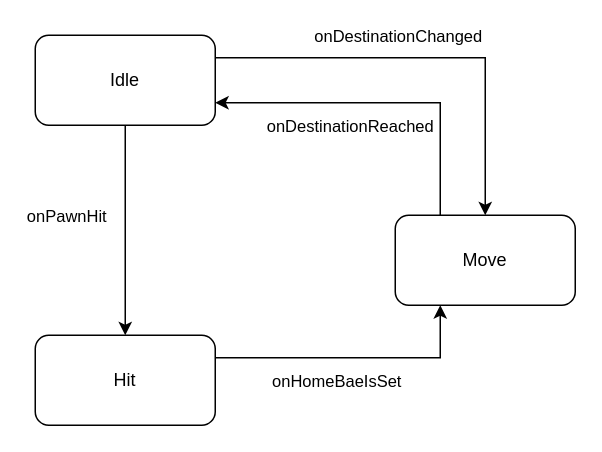
Above: page "PawnStateMachine" (3 of 3) of ChoukaBara.drawio in mohithsrao/GodotGameChoukaBara (draw.io), before the change. Source tidied: cells renumbered, new cells numbered last; positions are measured from the earlier drawing's top-left corner, leaving out a move shared by most shapes. Both pictures are drawn from the tidied source at 150%, with x=0, y=0 at pixel (34, 34).
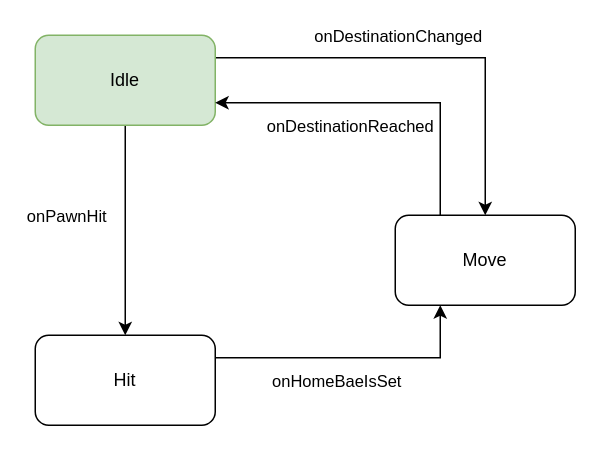
The same diagram, later.

Change to the diagram source:
```diff
@@
 <mxGraphModel>
   <root>
     <mxCell id="0" />
     <mxCell id="1" parent="0" />
     <mxCell id="2" style="edgeStyle=orthogonalEdgeStyle;rounded=0;jettySize=auto;html=1;exitX=1;exitY=0.25;exitDx=0;exitDy=0;entryX=0.5;entryY=0;entryDx=0;entryDy=0;" parent="1" edge="1" source="6" target="9">
       <mxGeometry relative="1" as="geometry" />
     </mxCell>
     <mxCell id="3" value="onDestinationChanged" style="edgeLabel;html=1;align=center;verticalAlign=middle;" parent="2" vertex="1">
       <mxGeometry x="-0.14" y="-2" relative="1" as="geometry">
         <mxPoint x="-2" y="-17" as="offset" />
       </mxGeometry>
     </mxCell>
     <mxCell id="4" style="edgeStyle=orthogonalEdgeStyle;rounded=0;jettySize=auto;html=1;exitX=0.5;exitY=1;exitDx=0;exitDy=0;entryX=0.5;entryY=0;entryDx=0;entryDy=0;" parent="1" edge="1" source="6" target="12">
       <mxGeometry relative="1" as="geometry" />
     </mxCell>
     <mxCell id="5" value="onPawnHit" style="edgeLabel;html=1;align=center;verticalAlign=middle;" parent="4" vertex="1">
       <mxGeometry x="-0.19" relative="1" as="geometry">
         <mxPoint x="-40" y="3" as="offset" />
       </mxGeometry>
     </mxCell>
-    <mxCell id="6" value="Idle" style="rounded=1;whiteSpace=wrap;html=1;" parent="1" vertex="1">
+    <mxCell id="6" value="Idle" style="rounded=1;whiteSpace=wrap;html=1;fillColor=#d5e8d4;strokeColor=#82b366;" parent="1" vertex="1">
       <mxGeometry width="120" height="60" as="geometry" />
     </mxCell>
     <mxCell id="7" style="edgeStyle=orthogonalEdgeStyle;rounded=0;jettySize=auto;html=1;exitX=0.25;exitY=0;exitDx=0;exitDy=0;entryX=1;entryY=0.75;entryDx=0;entryDy=0;" parent="1" edge="1" source="9" target="6">
       <mxGeometry relative="1" as="geometry" />
     </mxCell>
     <mxCell id="8" value="onDestinationReached" style="edgeLabel;html=1;align=center;verticalAlign=middle;" parent="7" vertex="1">
       <mxGeometry x="0.21" y="1" relative="1" as="geometry">
         <mxPoint y="14" as="offset" />
       </mxGeometry>
     </mxCell>
     <mxCell id="9" value="Move" style="rounded=1;whiteSpace=wrap;html=1;" parent="1" vertex="1">
       <mxGeometry x="240" y="120" width="120" height="60" as="geometry" />
     </mxCell>
     <mxCell id="10" style="edgeStyle=orthogonalEdgeStyle;rounded=0;jettySize=auto;html=1;exitX=1;exitY=0.25;exitDx=0;exitDy=0;entryX=0.25;entryY=1;entryDx=0;entryDy=0;" parent="1" edge="1" source="12" target="9">
       <mxGeometry relative="1" as="geometry" />
     </mxCell>
     <mxCell id="11" value="onHomeBaeIsSet" style="edgeLabel;html=1;align=center;verticalAlign=middle;" parent="10" vertex="1">
       <mxGeometry x="0.02" y="-1" relative="1" as="geometry">
         <mxPoint x="-14" y="14" as="offset" />
       </mxGeometry>
     </mxCell>
     <mxCell id="12" value="Hit" style="rounded=1;whiteSpace=wrap;html=1;" parent="1" vertex="1">
       <mxGeometry y="200" width="120" height="60" as="geometry" />
     </mxCell>
   </root>
 </mxGraphModel>
```
